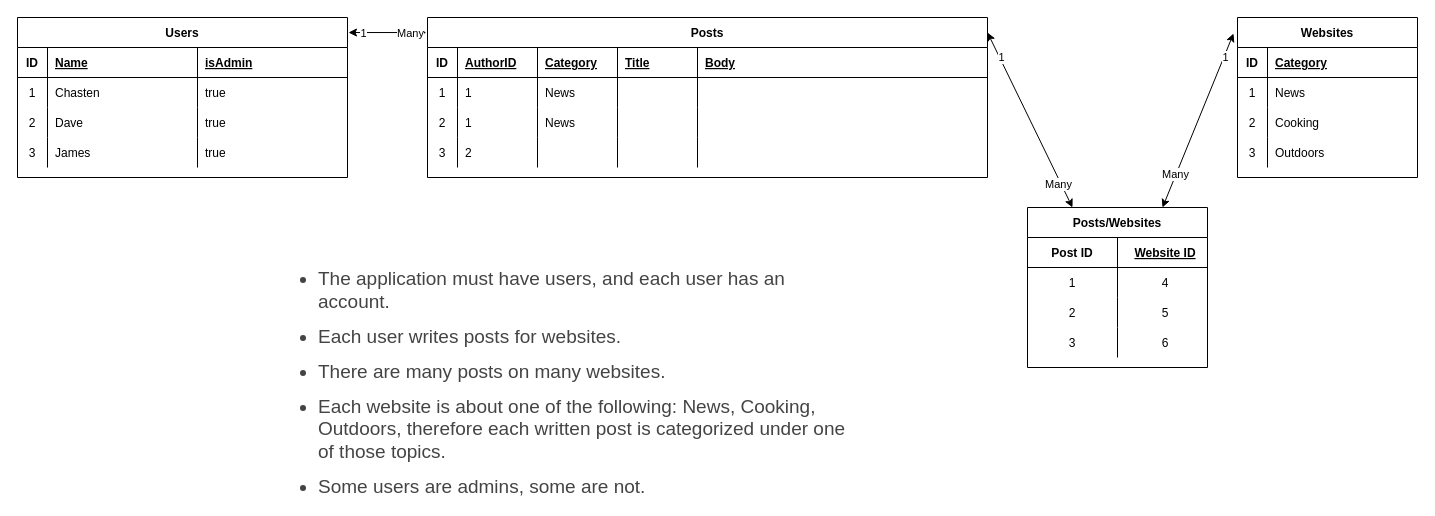
neg-0/diagrams keeps this draw.io diagram as Database Schema.drawio. Above is the earlier version. Source tidied: cells renumbered, new cells numbered last; positions are measured from the earlier drawing's top-left corner, leaving out a move shared by most shapes. Both pictures are drawn from the tidied source at 100%, with x=0, y=0 at pixel (17, 17).
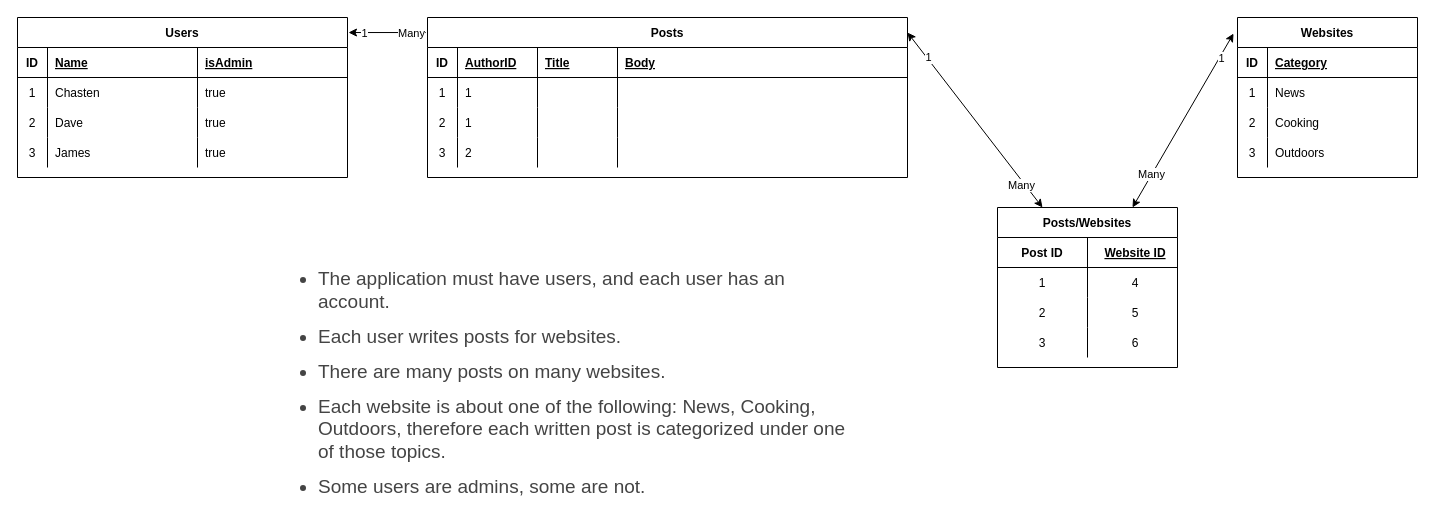
The same diagram, later.

Diff of the diagram source:
```diff
@@
     <mxCell id="33" value="Posts/Websites" style="shape=table;startSize=30;childLayout=tableLayout;rowLines=0;fontStyle=1;align=center;" parent="1" vertex="1">
-      <mxGeometry x="1010" y="190" width="180" height="160" as="geometry" />
+      <mxGeometry x="980" y="190" width="180" height="160" as="geometry" />
     </mxCell>
@@
     <mxCell id="46" value="Posts" style="shape=table;startSize=30;childLayout=tableLayout;rowLines=0;fontStyle=1;align=center;" parent="1" vertex="1">
-      <mxGeometry x="410" width="560" height="160" as="geometry" />
+      <mxGeometry x="410" width="480" height="160" as="geometry" />
     </mxCell>
     <mxCell id="47" style="shape=partialRectangle;fillColor=none;top=0;left=0;bottom=1;right=0;" parent="46" vertex="1">
-      <mxGeometry y="30" width="560" height="30" as="geometry" />
+      <mxGeometry y="30" width="480" height="30" as="geometry" />
     </mxCell>
@@
-    <mxCell id="50" value="Category" style="shape=partialRectangle;fillColor=none;top=0;left=0;bottom=0;right=0;align=left;spacingLeft=6;fontStyle=5;overflow=hidden;" parent="47" vertex="1">
-      <mxGeometry x="110" width="80" height="30" as="geometry" />
-    </mxCell>
     <mxCell id="51" value="Title" style="shape=partialRectangle;fillColor=none;top=0;left=0;bottom=0;right=0;align=left;spacingLeft=6;fontStyle=5;overflow=hidden;" parent="47" vertex="1">
-      <mxGeometry x="190" width="80" height="30" as="geometry" />
+      <mxGeometry x="110" width="80" height="30" as="geometry" />
     </mxCell>
     <mxCell id="52" value="Body" style="shape=partialRectangle;fillColor=none;top=0;left=0;bottom=0;right=0;align=left;spacingLeft=6;fontStyle=5;overflow=hidden;" parent="47" vertex="1">
-      <mxGeometry x="270" width="290" height="30" as="geometry" />
+      <mxGeometry x="190" width="290" height="30" as="geometry" />
     </mxCell>
     <mxCell id="53" style="shape=partialRectangle;fillColor=none;top=0;left=0;bottom=0;right=0;" parent="46" vertex="1">
-      <mxGeometry y="60" width="560" height="30" as="geometry" />
+      <mxGeometry y="60" width="480" height="30" as="geometry" />
     </mxCell>
@@
-    <mxCell id="56" value="News" style="shape=partialRectangle;fillColor=none;top=0;left=0;bottom=0;right=0;align=left;spacingLeft=6;overflow=hidden;" parent="53" vertex="1">
-      <mxGeometry x="110" width="80" height="30" as="geometry" />
-    </mxCell>
     <mxCell id="57" style="shape=partialRectangle;fillColor=none;top=0;left=0;bottom=0;right=0;align=left;spacingLeft=6;overflow=hidden;" parent="53" vertex="1">
-      <mxGeometry x="190" width="80" height="30" as="geometry" />
+      <mxGeometry x="110" width="80" height="30" as="geometry" />
     </mxCell>
     <mxCell id="58" style="shape=partialRectangle;fillColor=none;top=0;left=0;bottom=0;right=0;align=left;spacingLeft=6;overflow=hidden;" parent="53" vertex="1">
-      <mxGeometry x="270" width="290" height="30" as="geometry" />
+      <mxGeometry x="190" width="290" height="30" as="geometry" />
     </mxCell>
     <mxCell id="59" style="shape=partialRectangle;fillColor=none;top=0;left=0;bottom=0;right=0;" parent="46" vertex="1">
-      <mxGeometry y="90" width="560" height="30" as="geometry" />
+      <mxGeometry y="90" width="480" height="30" as="geometry" />
     </mxCell>
@@
-    <mxCell id="62" value="News" style="shape=partialRectangle;fillColor=none;top=0;left=0;bottom=0;right=0;align=left;spacingLeft=6;overflow=hidden;" parent="59" vertex="1">
-      <mxGeometry x="110" width="80" height="30" as="geometry" />
-    </mxCell>
     <mxCell id="63" style="shape=partialRectangle;fillColor=none;top=0;left=0;bottom=0;right=0;align=left;spacingLeft=6;overflow=hidden;" parent="59" vertex="1">
-      <mxGeometry x="190" width="80" height="30" as="geometry" />
+      <mxGeometry x="110" width="80" height="30" as="geometry" />
     </mxCell>
     <mxCell id="64" style="shape=partialRectangle;fillColor=none;top=0;left=0;bottom=0;right=0;align=left;spacingLeft=6;overflow=hidden;" parent="59" vertex="1">
-      <mxGeometry x="270" width="290" height="30" as="geometry" />
+      <mxGeometry x="190" width="290" height="30" as="geometry" />
     </mxCell>
     <mxCell id="65" style="shape=partialRectangle;fillColor=none;top=0;left=0;bottom=0;right=0;" parent="46" vertex="1">
-      <mxGeometry y="120" width="560" height="30" as="geometry" />
+      <mxGeometry y="120" width="480" height="30" as="geometry" />
     </mxCell>
@@
-    <mxCell id="68" style="shape=partialRectangle;fillColor=none;top=0;left=0;bottom=0;right=0;align=left;spacingLeft=6;overflow=hidden;" parent="65" vertex="1">
-      <mxGeometry x="110" width="80" height="30" as="geometry" />
-    </mxCell>
     <mxCell id="69" style="shape=partialRectangle;fillColor=none;top=0;left=0;bottom=0;right=0;align=left;spacingLeft=6;overflow=hidden;" parent="65" vertex="1">
-      <mxGeometry x="190" width="80" height="30" as="geometry" />
+      <mxGeometry x="110" width="80" height="30" as="geometry" />
     </mxCell>
     <mxCell id="70" style="shape=partialRectangle;fillColor=none;top=0;left=0;bottom=0;right=0;align=left;spacingLeft=6;overflow=hidden;" parent="65" vertex="1">
-      <mxGeometry x="270" width="290" height="30" as="geometry" />
+      <mxGeometry x="190" width="290" height="30" as="geometry" />
     </mxCell>
```
